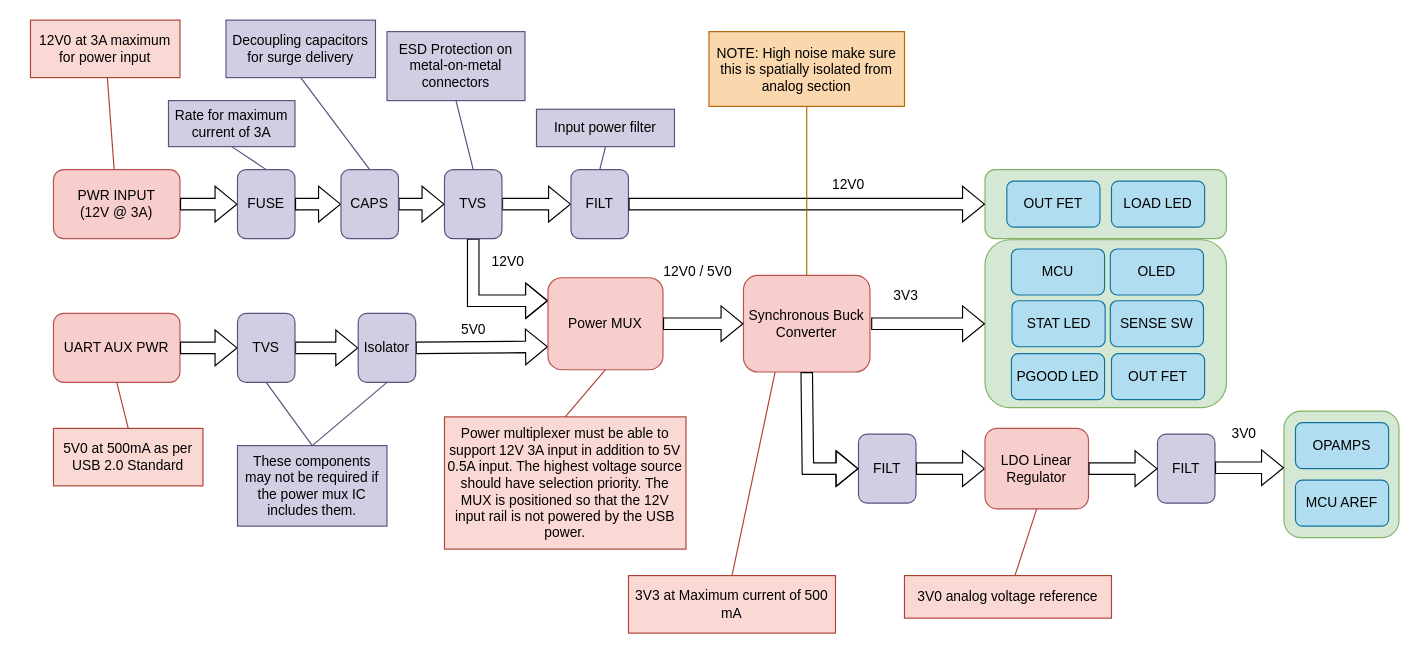
This is docs/ddd/power.drawio from cSDes1gn/ucl, a draw.io file, before an edit. Source tidied: cells renumbered, new cells numbered last; positions are measured from the earlier drawing's top-left corner, leaving out a move shared by most shapes. Both pictures are drawn from the tidied source at 115%, with x=0, y=0 at pixel (30, 20).
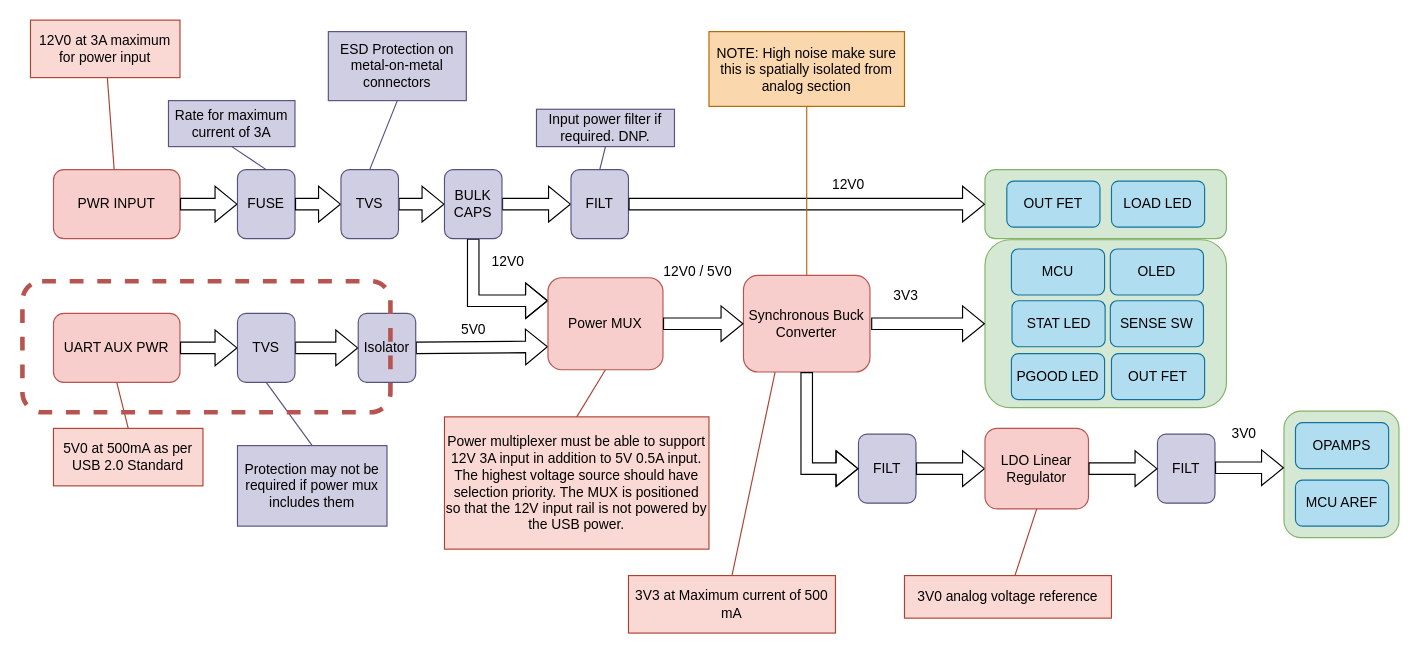
The same diagram, later.

The change refers to these unchanged cells:
```xml
<mxCell id="14" value="Isolator" style="rounded=1;whiteSpace=wrap;html=1;fillColor=#d0cee2;strokeColor=#56517e;" parent="1" vertex="1">
  <mxGeometry x="285" y="255" width="50" height="60" as="geometry" />
</mxCell>
<mxCell id="31" value="Synchronous Buck Converter" style="rounded=1;whiteSpace=wrap;html=1;fillColor=#f8cecc;strokeColor=#b85450;" parent="1" vertex="1">
  <mxGeometry x="620" y="222" width="110" height="84" as="geometry" />
</mxCell>
<mxCell id="32" value="FILT" style="rounded=1;whiteSpace=wrap;html=1;fillColor=#d0cee2;strokeColor=#56517e;" parent="1" vertex="1">
  <mxGeometry x="720" y="360" width="50" height="60" as="geometry" />
</mxCell>
```

What changed in the source:
```diff
@@
-    <mxCell id="5" value="PWR INPUT&lt;br&gt;(12V @&amp;nbsp;3A)" style="rounded=1;whiteSpace=wrap;html=1;fillColor=#f8cecc;strokeColor=#b85450;" parent="1" vertex="1">
+    <mxCell id="5" value="PWR INPUT" style="rounded=1;whiteSpace=wrap;html=1;fillColor=#f8cecc;strokeColor=#b85450;" parent="1" vertex="1">
       <mxGeometry x="20" y="130" width="110" height="60" as="geometry" />
     </mxCell>
@@
-    <mxCell id="21" value="TVS" style="rounded=1;whiteSpace=wrap;html=1;fillColor=#d0cee2;strokeColor=#56517e;" parent="1" vertex="1">
+    <mxCell id="21" value="BULK&lt;br&gt;CAPS" style="rounded=1;whiteSpace=wrap;html=1;fillColor=#d0cee2;strokeColor=#56517e;" parent="1" vertex="1">
       <mxGeometry x="360" y="130" width="50" height="60" as="geometry" />
     </mxCell>
@@
     <mxCell id="24" value="ESD Protection on metal-on-metal connectors" style="text;html=1;strokeColor=#56517e;fillColor=#d0cee2;align=center;verticalAlign=middle;whiteSpace=wrap;rounded=0;" parent="1" vertex="1">
-      <mxGeometry x="310" y="10" width="120" height="60" as="geometry" />
+      <mxGeometry x="259" y="10" width="120" height="60" as="geometry" />
     </mxCell>
-    <mxCell id="25" style="endArrow=none;html=1;rounded=0;exitX=0.5;exitY=0;exitDx=0;exitDy=0;fillColor=#d0cee2;strokeColor=#56517e;entryX=0.5;entryY=1;entryDx=0;entryDy=0;" parent="1" edge="1" source="21" target="24">
+    <mxCell id="25" style="endArrow=none;html=1;rounded=0;exitX=0.5;exitY=0;exitDx=0;exitDy=0;fillColor=#d0cee2;strokeColor=#56517e;entryX=0.5;entryY=1;entryDx=0;entryDy=0;" parent="1" edge="1" source="59" target="24">
       <mxGeometry relative="1" as="geometry" />
     </mxCell>
@@
-    <mxCell id="28" value="These components may not be required if the power mux IC includes them." style="text;html=1;strokeColor=#56517e;fillColor=#d0cee2;align=center;verticalAlign=middle;whiteSpace=wrap;rounded=0;" parent="1" vertex="1">
+    <mxCell id="28" value="Protection may not be required if power mux includes them" style="text;html=1;strokeColor=#56517e;fillColor=#d0cee2;align=center;verticalAlign=middle;whiteSpace=wrap;rounded=0;" parent="1" vertex="1">
       <mxGeometry x="180" y="370" width="130" height="70" as="geometry" />
     </mxCell>
-    <mxCell id="29" style="endArrow=none;html=1;rounded=0;exitX=0.5;exitY=1;exitDx=0;exitDy=0;fillColor=#d0cee2;strokeColor=#56517e;entryX=0.5;entryY=0;entryDx=0;entryDy=0;" parent="1" edge="1" source="14" target="28">
-      <mxGeometry relative="1" as="geometry" />
-    </mxCell>
@@
     <mxCell id="33" style="shape=flexArrow;endArrow=classic;html=1;rounded=0;exitX=0.5;exitY=1;exitDx=0;exitDy=0;entryX=0;entryY=0.5;entryDx=0;entryDy=0;" parent="1" edge="1" source="31" target="32">
       <mxGeometry relative="1" as="geometry">
         <Array as="points">
-          <mxPoint x="676" y="390" />
+          <mxPoint x="675" y="390" />
         </Array>
       </mxGeometry>
     </mxCell>
@@
     <mxCell id="46" value="Power multiplexer must be able to support 12V 3A input in addition to 5V 0.5A input. The highest voltage source should have selection priority. The MUX is positioned so that the 12V input rail is not powered by the USB power." style="text;html=1;strokeColor=#ae4132;fillColor=#fad9d5;align=center;verticalAlign=middle;whiteSpace=wrap;rounded=0;" parent="1" vertex="1">
-      <mxGeometry x="360" y="345" width="210" height="115" as="geometry" />
+      <mxGeometry x="360" y="345" width="230" height="115" as="geometry" />
     </mxCell>
@@
-    <mxCell id="56" value="Input power filter" style="text;html=1;strokeColor=#56517e;fillColor=#d0cee2;align=center;verticalAlign=middle;whiteSpace=wrap;rounded=0;" parent="1" vertex="1">
+    <mxCell id="56" value="Input power filter if required. DNP." style="text;html=1;strokeColor=#56517e;fillColor=#d0cee2;align=center;verticalAlign=middle;whiteSpace=wrap;rounded=0;" parent="1" vertex="1">
       <mxGeometry x="440" y="77.5" width="120" height="32.5" as="geometry" />
     </mxCell>
@@
-    <mxCell id="59" value="CAPS" style="rounded=1;whiteSpace=wrap;html=1;fillColor=#d0cee2;strokeColor=#56517e;" parent="1" vertex="1">
+    <mxCell id="59" value="TVS" style="rounded=1;whiteSpace=wrap;html=1;fillColor=#d0cee2;strokeColor=#56517e;" parent="1" vertex="1">
       <mxGeometry x="270" y="130" width="50" height="60" as="geometry" />
     </mxCell>
-    <mxCell id="60" value="Decoupling capacitors for surge delivery" style="text;html=1;strokeColor=#56517e;fillColor=#d0cee2;align=center;verticalAlign=middle;whiteSpace=wrap;rounded=0;" parent="1" vertex="1">
-      <mxGeometry x="170" width="130" height="50" as="geometry" />
-    </mxCell>
-    <mxCell id="61" style="endArrow=none;html=1;rounded=0;exitX=0.5;exitY=0;exitDx=0;exitDy=0;fillColor=#d0cee2;strokeColor=#56517e;entryX=0.5;entryY=1;entryDx=0;entryDy=0;" parent="1" edge="1" source="59" target="60">
-      <mxGeometry relative="1" as="geometry" />
-    </mxCell>
@@
+    <mxCell id="73" style="rounded=1;whiteSpace=wrap;html=1;dashed=1;fillColor=none;strokeColor=#b85450;strokeWidth=4;" parent="1" vertex="1">
+      <mxGeometry x="-7" y="227" width="320" height="114" as="geometry" />
+    </mxCell>
```
